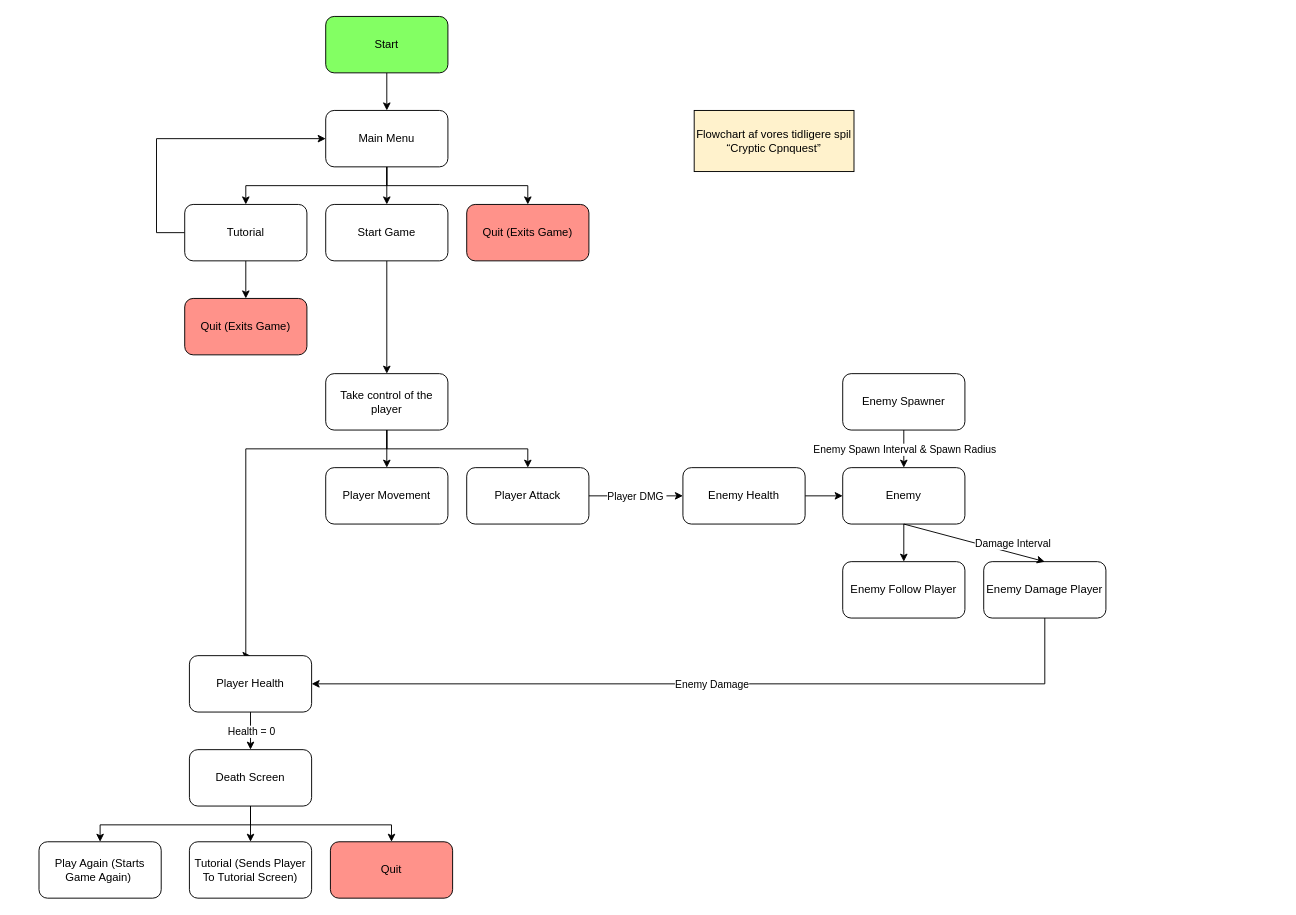
The draw.io diagram Opgave 2.1.drawio in MihneaSpinu/Eksamensopgave-Programering, before the edit. Source tidied: cells renumbered, new cells numbered last; positions are measured from the earlier drawing's top-left corner, leaving out a move shared by most shapes. Both pictures are drawn from the tidied source at 94%, with x=0, y=0 at pixel (39, 16).
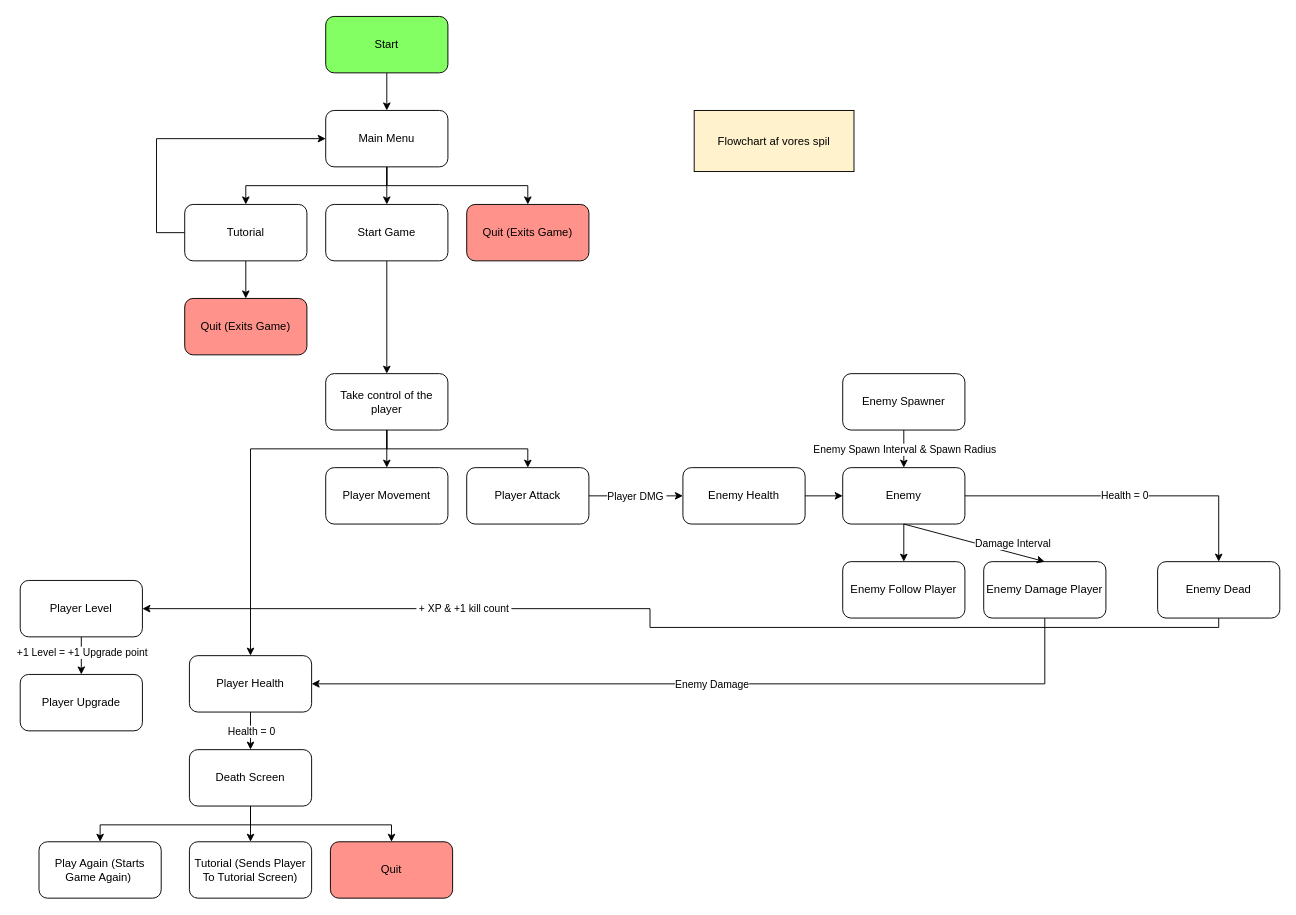
The same page after the edit.

Unchanged cells that the change refers to:
```xml
<mxCell id="18" value="Take control of the player" style="rounded=1;whiteSpace=wrap;html=1;" parent="1" vertex="1">
  <mxGeometry x="305" y="380" width="130" height="60" as="geometry" />
</mxCell>
<mxCell id="19" value="Player Health" style="rounded=1;whiteSpace=wrap;html=1;" parent="1" vertex="1">
  <mxGeometry x="160" y="680" width="130" height="60" as="geometry" />
</mxCell>
<mxCell id="21" value="Player Attack" style="rounded=1;whiteSpace=wrap;html=1;" parent="1" vertex="1">
  <mxGeometry x="455" y="480" width="130" height="60" as="geometry" />
</mxCell>
<mxCell id="33" value="Enemy" style="rounded=1;whiteSpace=wrap;html=1;" parent="1" vertex="1">
  <mxGeometry x="855" y="480" width="130" height="60" as="geometry" />
</mxCell>
```

The edit, as a diff of the source:
```diff
@@
+    <mxCell id="17" style="edgeStyle=orthogonalEdgeStyle;rounded=0;jettySize=auto;html=1;" parent="1" edge="1" source="18" target="21">
+      <mxGeometry relative="1" as="geometry">
+        <Array as="points">
+          <mxPoint x="370" y="460" />
+          <mxPoint x="520" y="460" />
+        </Array>
+      </mxGeometry>
+    </mxCell>
     <mxCell id="16" style="edgeStyle=orthogonalEdgeStyle;rounded=0;jettySize=auto;html=1;entryX=0.5;entryY=0;entryDx=0;entryDy=0;" parent="1" edge="1" source="18" target="19">
       <mxGeometry relative="1" as="geometry">
         <Array as="points">
           <mxPoint x="370" y="460" />
-          <mxPoint x="220" y="460" />
+          <mxPoint x="225" y="460" />
         </Array>
       </mxGeometry>
     </mxCell>
-    <mxCell id="17" style="edgeStyle=orthogonalEdgeStyle;rounded=0;jettySize=auto;html=1;" parent="1" edge="1" source="18" target="21">
-      <mxGeometry relative="1" as="geometry">
-        <Array as="points">
-          <mxPoint x="370" y="460" />
-          <mxPoint x="520" y="460" />
-        </Array>
-      </mxGeometry>
-    </mxCell>
@@
+    <mxCell id="47" value="Health = 0" style="edgeStyle=orthogonalEdgeStyle;rounded=0;jettySize=auto;html=1;entryX=0.5;entryY=0;entryDx=0;entryDy=0;" parent="1" edge="1" source="33" target="48">
+      <mxGeometry relative="1" as="geometry" />
+    </mxCell>
@@
-    <mxCell id="46" value="&lt;p class=&quot;MsoNormal&quot;&gt;&lt;span lang=&quot;DA&quot;&gt;Flowchart af vores tidligere spil “Cryptic Cpnquest”&lt;/span&gt;&lt;/p&gt;" style="rounded=0;whiteSpace=wrap;html=1;fillColor=#FFF2CC;" parent="1" vertex="1">
+    <mxCell id="46" value="&lt;p class=&quot;MsoNormal&quot;&gt;&lt;span lang=&quot;DA&quot;&gt;Flowchart af vores spil&lt;/span&gt;&lt;/p&gt;" style="rounded=0;whiteSpace=wrap;html=1;fillColor=#FFF2CC;" parent="1" vertex="1">
       <mxGeometry x="697" y="100" width="170" height="65" as="geometry" />
     </mxCell>
+    <mxCell id="48" value="Enemy Dead" style="rounded=1;whiteSpace=wrap;html=1;" parent="1" vertex="1">
+      <mxGeometry x="1190" y="580" width="130" height="60" as="geometry" />
+    </mxCell>
+    <mxCell id="49" style="edgeStyle=orthogonalEdgeStyle;rounded=0;jettySize=auto;html=1;" parent="1" edge="1" source="51" target="54">
+      <mxGeometry relative="1" as="geometry" />
+    </mxCell>
+    <mxCell id="50" value="+1 Level = +1 Upgrade point" style="edgeLabel;html=1;align=center;verticalAlign=middle;" parent="49" vertex="1">
+      <mxGeometry x="-0.2" relative="1" as="geometry" />
+    </mxCell>
+    <mxCell id="51" value="Player Level" style="rounded=1;whiteSpace=wrap;html=1;" parent="1" vertex="1">
+      <mxGeometry x="-20" y="600" width="130" height="60" as="geometry" />
+    </mxCell>
+    <mxCell id="52" style="endArrow=classic;html=1;rounded=0;entryX=1;entryY=0.5;entryDx=0;entryDy=0;exitX=0.5;exitY=1;exitDx=0;exitDy=0;edgeStyle=orthogonalEdgeStyle;" parent="1" edge="1" source="48" target="51">
+      <mxGeometry relative="1" as="geometry" />
+    </mxCell>
+    <mxCell id="53" value="&amp;nbsp;+ XP &amp;amp; +1 kill count&amp;nbsp;" style="edgeLabel;html=1;align=center;verticalAlign=middle;" parent="52" vertex="1">
+      <mxGeometry x="0.42" y="-1" relative="1" as="geometry" />
+    </mxCell>
+    <mxCell id="54" value="Player Upgrade" style="rounded=1;whiteSpace=wrap;html=1;" parent="1" vertex="1">
+      <mxGeometry x="-20" y="700" width="130" height="60" as="geometry" />
+    </mxCell>
```
